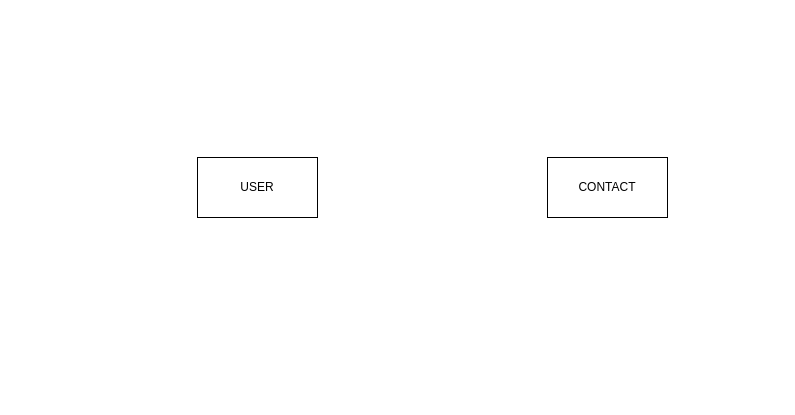
Before: smartContacts.drawio in infoarpit/ERDiagram, a draw.io diagram. Source tidied: cells renumbered, new cells numbered last; positions are measured from the earlier drawing's top-left corner, leaving out a move shared by most shapes. Both pictures are drawn from the tidied source at 100%, with x=0, y=0 at pixel (197, 157).
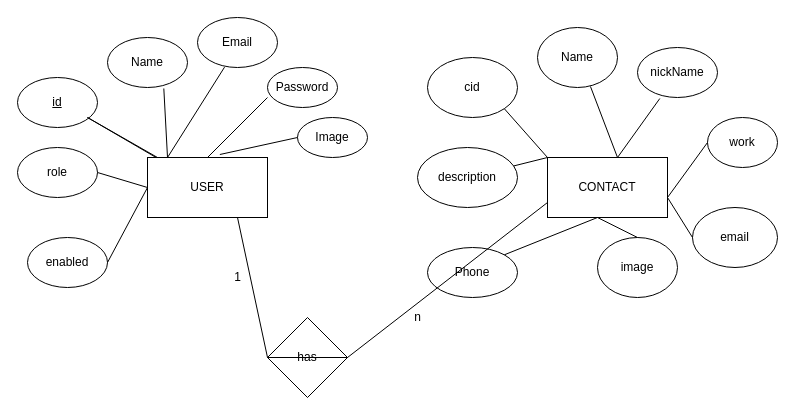
The same page after the edit.

Unchanged cells that the change refers to:
```xml
<mxCell id="3" value="CONTACT" style="rounded=0;whiteSpace=wrap;html=1;" parent="1" vertex="1">
  <mxGeometry x="350" width="120" height="60" as="geometry" />
</mxCell>
```

Change to the diagram source:
```diff
@@
     <mxCell id="2" value="USER" style="rounded=0;whiteSpace=wrap;html=1;" parent="1" vertex="1">
-      <mxGeometry width="120" height="60" as="geometry" />
+      <mxGeometry x="-50" width="120" height="60" as="geometry" />
     </mxCell>
@@
+    <mxCell id="4" value="&lt;u&gt;id&lt;/u&gt;" style="ellipse;whiteSpace=wrap;html=1;" parent="1" vertex="1">
+      <mxGeometry x="-180" y="-80" width="80" height="50" as="geometry" />
+    </mxCell>
+    <mxCell id="5" value="Name" style="ellipse;whiteSpace=wrap;html=1;" parent="1" vertex="1">
+      <mxGeometry x="-90" y="-120" width="80" height="50" as="geometry" />
+    </mxCell>
+    <mxCell id="6" value="Email" style="ellipse;whiteSpace=wrap;html=1;" parent="1" vertex="1">
+      <mxGeometry y="-140" width="80" height="50" as="geometry" />
+    </mxCell>
+    <mxCell id="7" value="Password" style="ellipse;whiteSpace=wrap;html=1;" parent="1" vertex="1">
+      <mxGeometry x="70" y="-90" width="70" height="40" as="geometry" />
+    </mxCell>
+    <mxCell id="8" value="Image" style="ellipse;whiteSpace=wrap;html=1;" parent="1" vertex="1">
+      <mxGeometry x="100" y="-40" width="70" height="40" as="geometry" />
+    </mxCell>
+    <mxCell id="9" value="role" style="ellipse;whiteSpace=wrap;html=1;" parent="1" vertex="1">
+      <mxGeometry x="-180" y="-10" width="80" height="50" as="geometry" />
+    </mxCell>
+    <mxCell id="10" value="enabled" style="ellipse;whiteSpace=wrap;html=1;" parent="1" vertex="1">
+      <mxGeometry x="-170" y="80" width="80" height="50" as="geometry" />
+    </mxCell>
+    <mxCell id="11" style="endArrow=none;html=1;rounded=0;exitX=0.338;exitY=0.993;exitDx=0;exitDy=0;exitPerimeter=0;entryX=0.704;entryY=1.02;entryDx=0;entryDy=0;entryPerimeter=0;" parent="1" edge="1" source="6" target="5">
+      <mxGeometry relative="1" as="geometry">
+        <Array as="points">
+          <mxPoint x="-30" />
+        </Array>
+      </mxGeometry>
+    </mxCell>
+    <mxCell id="12" style="endArrow=none;html=1;rounded=0;entryX=0.603;entryY=-0.05;entryDx=0;entryDy=0;exitX=0;exitY=0.5;exitDx=0;exitDy=0;entryPerimeter=0;" parent="1" edge="1" source="8" target="2">
+      <mxGeometry relative="1" as="geometry" />
+    </mxCell>
+    <mxCell id="13" style="endArrow=none;html=1;rounded=0;exitX=0;exitY=0.75;exitDx=0;exitDy=0;exitPerimeter=0;" parent="1" edge="1" source="7" target="2">
+      <mxGeometry relative="1" as="geometry">
+        <Array as="points">
+          <mxPoint x="10" />
+          <mxPoint x="-40" />
+          <mxPoint x="-110" y="-40" />
+        </Array>
+      </mxGeometry>
+    </mxCell>
+    <mxCell id="14" style="endArrow=none;html=1;rounded=0;entryX=1;entryY=0.5;entryDx=0;entryDy=0;exitX=1;exitY=0.5;exitDx=0;exitDy=0;" parent="1" edge="1" source="10" target="9">
+      <mxGeometry relative="1" as="geometry">
+        <Array as="points">
+          <mxPoint x="-50" y="30" />
+        </Array>
+      </mxGeometry>
+    </mxCell>
+    <mxCell id="15" value="cid" style="ellipse;whiteSpace=wrap;html=1;" parent="1" vertex="1">
+      <mxGeometry x="230" y="-100" width="90" height="60" as="geometry" />
+    </mxCell>
+    <mxCell id="16" value="Name" style="ellipse;whiteSpace=wrap;html=1;" parent="1" vertex="1">
+      <mxGeometry x="340" y="-130" width="80" height="60" as="geometry" />
+    </mxCell>
+    <mxCell id="17" value="nickName" style="ellipse;whiteSpace=wrap;html=1;" parent="1" vertex="1">
+      <mxGeometry x="440" y="-110" width="80" height="50" as="geometry" />
+    </mxCell>
+    <mxCell id="18" value="work" style="ellipse;whiteSpace=wrap;html=1;" parent="1" vertex="1">
+      <mxGeometry x="510" y="-40" width="70" height="50" as="geometry" />
+    </mxCell>
+    <mxCell id="19" value="email" style="ellipse;whiteSpace=wrap;html=1;" parent="1" vertex="1">
+      <mxGeometry x="495" y="50" width="85" height="60" as="geometry" />
+    </mxCell>
+    <mxCell id="20" value="image" style="ellipse;whiteSpace=wrap;html=1;" parent="1" vertex="1">
+      <mxGeometry x="400" y="80" width="80" height="60" as="geometry" />
+    </mxCell>
+    <mxCell id="21" value="description" style="ellipse;whiteSpace=wrap;html=1;" parent="1" vertex="1">
+      <mxGeometry x="220" y="-10" width="100" height="60" as="geometry" />
+    </mxCell>
+    <mxCell id="22" value="Phone" style="ellipse;whiteSpace=wrap;html=1;" parent="1" vertex="1">
+      <mxGeometry x="230" y="90" width="90" height="50" as="geometry" />
+    </mxCell>
+    <mxCell id="23" style="endArrow=none;html=1;rounded=0;entryX=0.662;entryY=0.983;entryDx=0;entryDy=0;entryPerimeter=0;exitX=0.279;exitY=1.02;exitDx=0;exitDy=0;exitPerimeter=0;" parent="1" edge="1" source="17" target="16">
+      <mxGeometry relative="1" as="geometry">
+        <Array as="points">
+          <mxPoint x="420" />
+        </Array>
+      </mxGeometry>
+    </mxCell>
+    <mxCell id="24" style="endArrow=none;html=1;rounded=0;entryX=0;entryY=0.5;entryDx=0;entryDy=0;exitX=0;exitY=0.5;exitDx=0;exitDy=0;" parent="1" edge="1" source="19" target="18">
+      <mxGeometry relative="1" as="geometry">
+        <Array as="points">
+          <mxPoint x="470" y="40" />
+        </Array>
+      </mxGeometry>
+    </mxCell>
+    <mxCell id="25" style="endArrow=none;html=1;rounded=0;exitX=0.5;exitY=0;exitDx=0;exitDy=0;entryX=1;entryY=0;entryDx=0;entryDy=0;" parent="1" edge="1" source="20" target="22">
+      <mxGeometry relative="1" as="geometry">
+        <Array as="points">
+          <mxPoint x="400" y="60" />
+        </Array>
+      </mxGeometry>
+    </mxCell>
+    <mxCell id="26" style="endArrow=none;html=1;rounded=0;entryX=1;entryY=1;entryDx=0;entryDy=0;" parent="1" edge="1" source="21" target="15">
+      <mxGeometry relative="1" as="geometry">
+        <Array as="points">
+          <mxPoint x="350" />
+        </Array>
+      </mxGeometry>
+    </mxCell>
+    <mxCell id="27" value="has" style="rhombus;whiteSpace=wrap;html=1;" parent="1" vertex="1">
+      <mxGeometry x="70" y="160" width="80" height="80" as="geometry" />
+    </mxCell>
+    <mxCell id="28" style="endArrow=none;html=1;rounded=0;entryX=0.75;entryY=1;entryDx=0;entryDy=0;exitX=0;exitY=0.75;exitDx=0;exitDy=0;" parent="1" edge="1" source="3" target="2">
+      <mxGeometry relative="1" as="geometry">
+        <Array as="points">
+          <mxPoint x="150" y="200" />
+          <mxPoint x="70" y="200" />
+        </Array>
+      </mxGeometry>
+    </mxCell>
+    <mxCell id="29" value="1" style="text;html=1;align=center;verticalAlign=middle;strokeColor=none;fillColor=none;" parent="1" vertex="1">
+      <mxGeometry x="30" y="110" width="20" height="20" as="geometry" />
+    </mxCell>
+    <mxCell id="30" value="n" style="text;html=1;align=center;verticalAlign=middle;strokeColor=none;fillColor=none;" parent="1" vertex="1">
+      <mxGeometry x="210" y="150" width="20" height="20" as="geometry" />
+    </mxCell>
```
